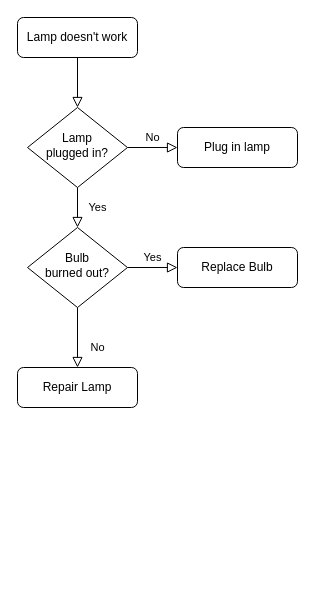
Before: 自选设备统计.drawio in jeefs/mindGraph, a draw.io diagram. Source tidied: cells renumbered, new cells numbered last; positions are measured from the earlier drawing's top-left corner, leaving out a move shared by most shapes. Both pictures are drawn from the tidied source at 100%, with x=0, y=0 at pixel (17, 17).
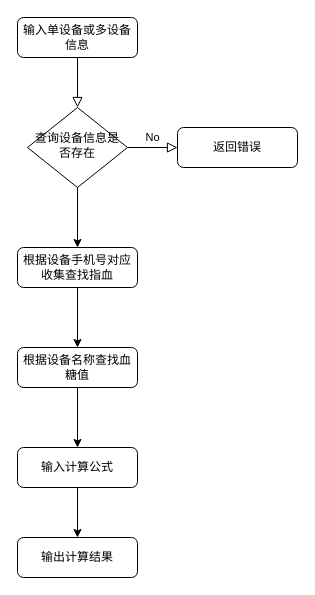
The same diagram, later.

Commit message:
更新自选设备统计.drawio

What changed in the source:
```diff
@@
 <mxGraphModel>
   <root>
     <mxCell id="0" />
     <mxCell id="1" parent="0" />
     <mxCell id="2" style="rounded=0;html=1;jettySize=auto;fontSize=11;endArrow=block;endFill=0;endSize=8;strokeWidth=1;shadow=0;labelBackgroundColor=none;edgeStyle=orthogonalEdgeStyle;" parent="1" edge="1" source="3" target="6">
       <mxGeometry relative="1" as="geometry" />
     </mxCell>
-    <mxCell id="3" value="Lamp doesn't work" style="rounded=1;whiteSpace=wrap;html=1;fontSize=12;glass=0;strokeWidth=1;shadow=0;" parent="1" vertex="1">
+    <mxCell id="3" value="输入单设备或多设备信息" style="rounded=1;whiteSpace=wrap;html=1;fontSize=12;glass=0;strokeWidth=1;shadow=0;" parent="1" vertex="1">
       <mxGeometry width="120" height="40" as="geometry" />
     </mxCell>
-    <mxCell id="4" value="Yes" style="rounded=0;html=1;jettySize=auto;fontSize=11;endArrow=block;endFill=0;endSize=8;strokeWidth=1;shadow=0;labelBackgroundColor=none;edgeStyle=orthogonalEdgeStyle;" parent="1" edge="1" source="6" target="10">
-      <mxGeometry y="20" relative="1" as="geometry" />
-    </mxCell>
     <mxCell id="5" value="No" style="edgeStyle=orthogonalEdgeStyle;rounded=0;html=1;jettySize=auto;fontSize=11;endArrow=block;endFill=0;endSize=8;strokeWidth=1;shadow=0;labelBackgroundColor=none;" parent="1" edge="1" source="6" target="7">
       <mxGeometry y="10" relative="1" as="geometry" />
     </mxCell>
+    <mxCell id="13" style="edgeStyle=orthogonalEdgeStyle;rounded=0;jettySize=auto;html=1;" parent="1" edge="1" source="6" target="11">
+      <mxGeometry relative="1" as="geometry" />
+    </mxCell>
-    <mxCell id="6" value="Lamp&lt;br&gt;plugged in?" style="rhombus;whiteSpace=wrap;html=1;shadow=0;fontFamily=Helvetica;fontSize=12;align=center;strokeWidth=1;spacing=6;spacingTop=-4;" parent="1" vertex="1">
+    <mxCell id="6" value="查询设备信息是否存在" style="rhombus;whiteSpace=wrap;html=1;shadow=0;fontFamily=Helvetica;fontSize=12;align=center;strokeWidth=1;spacing=6;spacingTop=-4;" parent="1" vertex="1">
       <mxGeometry x="10" y="90" width="100" height="80" as="geometry" />
     </mxCell>
-    <mxCell id="7" value="Plug in lamp" style="rounded=1;whiteSpace=wrap;html=1;fontSize=12;glass=0;strokeWidth=1;shadow=0;" parent="1" vertex="1">
+    <mxCell id="7" value="返回错误" style="rounded=1;whiteSpace=wrap;html=1;fontSize=12;glass=0;strokeWidth=1;shadow=0;" parent="1" vertex="1">
       <mxGeometry x="160" y="110" width="120" height="40" as="geometry" />
     </mxCell>
-    <mxCell id="8" value="No" style="rounded=0;html=1;jettySize=auto;fontSize=11;endArrow=block;endFill=0;endSize=8;strokeWidth=1;shadow=0;labelBackgroundColor=none;edgeStyle=orthogonalEdgeStyle;" parent="1" edge="1" source="10" target="11">
-      <mxGeometry x="0.33" y="20" relative="1" as="geometry" />
-    </mxCell>
-    <mxCell id="9" value="Yes" style="edgeStyle=orthogonalEdgeStyle;rounded=0;html=1;jettySize=auto;fontSize=11;endArrow=block;endFill=0;endSize=8;strokeWidth=1;shadow=0;labelBackgroundColor=none;" parent="1" edge="1" source="10" target="12">
-      <mxGeometry y="10" relative="1" as="geometry" />
-    </mxCell>
-    <mxCell id="10" value="Bulb&lt;br&gt;burned out?" style="rhombus;whiteSpace=wrap;html=1;shadow=0;fontFamily=Helvetica;fontSize=12;align=center;strokeWidth=1;spacing=6;spacingTop=-4;" parent="1" vertex="1">
-      <mxGeometry x="10" y="210" width="100" height="80" as="geometry" />
-    </mxCell>
+    <mxCell id="14" style="edgeStyle=orthogonalEdgeStyle;rounded=0;jettySize=auto;html=1;" parent="1" edge="1" source="11" target="16">
+      <mxGeometry relative="1" as="geometry" />
+    </mxCell>
-    <mxCell id="11" value="Repair Lamp" style="rounded=1;whiteSpace=wrap;html=1;fontSize=12;glass=0;strokeWidth=1;shadow=0;" parent="1" vertex="1">
-      <mxGeometry y="350" width="120" height="40" as="geometry" />
+    <mxCell id="11" value="根据设备手机号对应收集查找指血" style="rounded=1;whiteSpace=wrap;html=1;fontSize=12;glass=0;strokeWidth=1;shadow=0;" parent="1" vertex="1">
+      <mxGeometry y="230" width="120" height="40" as="geometry" />
     </mxCell>
-    <mxCell id="12" value="Replace Bulb" style="rounded=1;whiteSpace=wrap;html=1;fontSize=12;glass=0;strokeWidth=1;shadow=0;" parent="1" vertex="1">
-      <mxGeometry x="160" y="230" width="120" height="40" as="geometry" />
-    </mxCell>
+    <mxCell id="15" style="edgeStyle=orthogonalEdgeStyle;rounded=0;jettySize=auto;html=1;" parent="1" edge="1" source="16" target="18">
+      <mxGeometry relative="1" as="geometry" />
+    </mxCell>
+    <mxCell id="16" value="根据设备名称查找血糖值" style="rounded=1;whiteSpace=wrap;html=1;fontSize=12;glass=0;strokeWidth=1;shadow=0;" parent="1" vertex="1">
+      <mxGeometry y="330" width="120" height="40" as="geometry" />
+    </mxCell>
+    <mxCell id="17" style="edgeStyle=orthogonalEdgeStyle;rounded=0;jettySize=auto;html=1;" parent="1" edge="1" source="18" target="19">
+      <mxGeometry relative="1" as="geometry" />
+    </mxCell>
+    <mxCell id="18" value="输入计算公式" style="rounded=1;whiteSpace=wrap;html=1;fontSize=12;glass=0;strokeWidth=1;shadow=0;" parent="1" vertex="1">
+      <mxGeometry y="430" width="120" height="40" as="geometry" />
+    </mxCell>
+    <mxCell id="19" value="输出计算结果" style="rounded=1;whiteSpace=wrap;html=1;fontSize=12;glass=0;strokeWidth=1;shadow=0;" parent="1" vertex="1">
+      <mxGeometry y="520" width="120" height="40" as="geometry" />
+    </mxCell>
   </root>
 </mxGraphModel>
```
